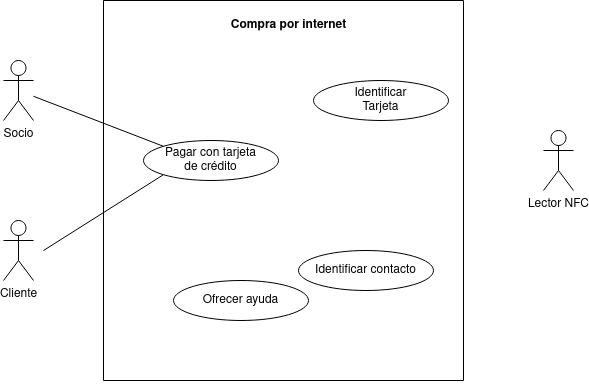
Above: diagramas/compra-por-internet.png in Chugani05/entorno_de_desarrollo (draw.io), before the change. Source tidied: cells renumbered, new cells last; positions are measured from the earlier drawing's top-left corner, leaving out a move shared by most shapes.
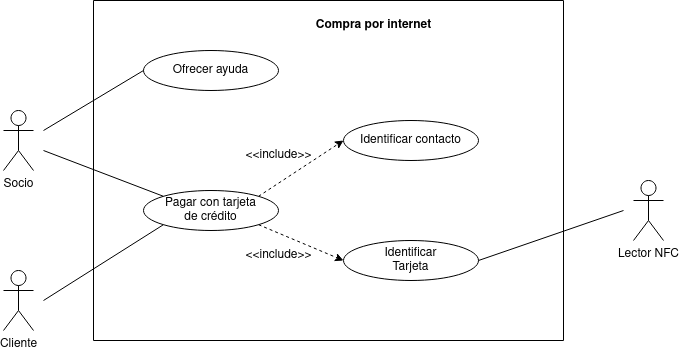
Above is the later version.

The edit, as a diff of the source:
```diff
@@ -2,43 +2,70 @@
   <root>
     <mxCell id="0" />
     <mxCell id="1" parent="0" />
+    <mxCell id="4" style="swimlane;startSize=0;" parent="1" vertex="1">
+      <mxGeometry x="100" width="470" height="340" as="geometry" />
+    </mxCell>
+    <mxCell id="6" value="&lt;b&gt;Compra por internet&lt;br&gt;&lt;/b&gt;" style="text;html=1;align=center;verticalAlign=middle;strokeColor=none;fillColor=none;" parent="4" vertex="1">
+      <mxGeometry x="210" y="10" width="140" height="30" as="geometry" />
+    </mxCell>
+    <mxCell id="9" value="Ofrecer ayuda" style="ellipse;whiteSpace=wrap;html=1;" parent="4" vertex="1">
+      <mxGeometry x="50" y="50" width="135" height="40" as="geometry" />
+    </mxCell>
-    <mxCell id="2" value="Socio" style="shape=umlActor;verticalLabelPosition=bottom;verticalAlign=top;html=1;outlineConnect=0;fontStyle=0;" parent="1" vertex="1">
-      <mxGeometry y="60" width="30" height="60" as="geometry" />
+    <mxCell id="2" value="Socio" style="shape=umlActor;verticalLabelPosition=bottom;verticalAlign=top;html=1;outlineConnect=0;fontStyle=0;" parent="4" vertex="1">
+      <mxGeometry x="-90" y="110" width="30" height="60" as="geometry" />
     </mxCell>
-    <mxCell id="3" value="Lector NFC" style="shape=umlActor;verticalLabelPosition=bottom;verticalAlign=top;html=1;" parent="1" vertex="1">
-      <mxGeometry x="540" y="130" width="30" height="60" as="geometry" />
+    <mxCell id="3" value="Lector NFC" style="shape=umlActor;verticalLabelPosition=bottom;verticalAlign=top;html=1;" parent="4" vertex="1">
+      <mxGeometry x="540" y="180" width="30" height="60" as="geometry" />
     </mxCell>
-    <mxCell id="4" style="swimlane;startSize=0;" parent="1" vertex="1">
-      <mxGeometry x="100" width="360" height="380" as="geometry" />
-    </mxCell>
     <mxCell id="5" value="&lt;div&gt;Pagar con tarjeta&lt;/div&gt;&lt;div&gt;de crédito&lt;/div&gt;" style="ellipse;whiteSpace=wrap;html=1;" parent="4" vertex="1">
-      <mxGeometry x="40" y="140" width="135" height="40" as="geometry" />
+      <mxGeometry x="50" y="190" width="135" height="40" as="geometry" />
     </mxCell>
-    <mxCell id="6" value="&lt;b&gt;Compra por internet&lt;br&gt;&lt;/b&gt;" style="text;html=1;align=center;verticalAlign=middle;strokeColor=none;fillColor=none;" parent="4" vertex="1">
-      <mxGeometry x="115" y="10" width="140" height="30" as="geometry" />
-    </mxCell>
+    <mxCell id="8" value="Identificar contacto" style="ellipse;whiteSpace=wrap;html=1;" parent="4" vertex="1">
+      <mxGeometry x="250" y="120" width="135" height="40" as="geometry" />
+    </mxCell>
     <mxCell id="7" value="Identificar&lt;br&gt;Tarjeta" style="ellipse;whiteSpace=wrap;html=1;" parent="4" vertex="1">
-      <mxGeometry x="210" y="80" width="135" height="40" as="geometry" />
+      <mxGeometry x="250" y="240" width="135" height="40" as="geometry" />
     </mxCell>
-    <mxCell id="8" value="Identificar contacto" style="ellipse;whiteSpace=wrap;html=1;" parent="4" vertex="1">
-      <mxGeometry x="195" y="250" width="135" height="40" as="geometry" />
-    </mxCell>
-    <mxCell id="9" value="Ofrecer ayuda" style="ellipse;whiteSpace=wrap;html=1;" parent="4" vertex="1">
-      <mxGeometry x="70" y="280" width="135" height="40" as="geometry" />
-    </mxCell>
-    <mxCell id="10" style="edgeStyle=orthogonalEdgeStyle;rounded=0;orthogonalLoop=1;jettySize=auto;html=1;exitX=0.5;exitY=1;exitDx=0;exitDy=0;" parent="1" edge="1" source="4" target="4">
-      <mxGeometry relative="1" as="geometry" />
-    </mxCell>
+    <mxCell id="14" style="endArrow=classic;html=1;rounded=0;entryX=0;entryY=0.5;entryDx=0;entryDy=0;exitX=1;exitY=0;exitDx=0;exitDy=0;dashed=1;" parent="4" edge="1" source="5" target="8">
+      <mxGeometry relative="1" as="geometry" />
+    </mxCell>
+    <mxCell id="15" style="endArrow=classic;html=1;rounded=0;entryX=0;entryY=0.5;entryDx=0;entryDy=0;exitX=1;exitY=1;exitDx=0;exitDy=0;dashed=1;" parent="4" edge="1" source="5" target="7">
+      <mxGeometry relative="1" as="geometry" />
+    </mxCell>
-    <mxCell id="11" value="Cliente" style="shape=umlActor;verticalLabelPosition=bottom;verticalAlign=top;html=1;fontStyle=0;" parent="1" vertex="1">
-      <mxGeometry y="220" width="30" height="60" as="geometry" />
+    <mxCell id="11" value="Cliente" style="shape=umlActor;verticalLabelPosition=bottom;verticalAlign=top;html=1;fontStyle=0;" parent="4" vertex="1">
+      <mxGeometry x="-90" y="270" width="30" height="60" as="geometry" />
     </mxCell>
-    <mxCell id="12" style="endArrow=none;html=1;rounded=0;entryX=0;entryY=1;entryDx=0;entryDy=0;" parent="1" edge="1" target="5">
+    <mxCell id="12" style="endArrow=none;html=1;rounded=0;entryX=0;entryY=1;entryDx=0;entryDy=0;" parent="4" edge="1" target="5">
       <mxGeometry relative="1" as="geometry">
-        <mxPoint x="40" y="250" as="sourcePoint" />
+        <mxPoint x="-50" y="300" as="sourcePoint" />
       </mxGeometry>
     </mxCell>
-    <mxCell id="13" style="endArrow=none;html=1;rounded=0;entryX=0;entryY=0;entryDx=0;entryDy=0;" parent="1" edge="1" source="2" target="5">
-      <mxGeometry relative="1" as="geometry" />
+    <mxCell id="13" style="endArrow=none;html=1;rounded=0;entryX=0;entryY=0;entryDx=0;entryDy=0;" parent="4" edge="1" target="5">
+      <mxGeometry relative="1" as="geometry">
+        <mxPoint x="-50" y="150" as="sourcePoint" />
+      </mxGeometry>
     </mxCell>
+    <mxCell id="16" style="endArrow=none;html=1;rounded=0;exitX=1;exitY=0.5;exitDx=0;exitDy=0;" parent="4" edge="1" source="7">
+      <mxGeometry relative="1" as="geometry">
+        <mxPoint x="530" y="210" as="targetPoint" />
+      </mxGeometry>
+    </mxCell>
+    <mxCell id="10" style="edgeStyle=orthogonalEdgeStyle;rounded=0;orthogonalLoop=1;jettySize=auto;html=1;exitX=0.5;exitY=1;exitDx=0;exitDy=0;" parent="4" edge="1">
+      <mxGeometry relative="1" as="geometry">
+        <mxPoint x="245" y="310" as="sourcePoint" />
+        <mxPoint x="245" y="310" as="targetPoint" />
+      </mxGeometry>
+    </mxCell>
+    <mxCell id="17" style="endArrow=none;html=1;rounded=0;entryX=0;entryY=0.5;entryDx=0;entryDy=0;" parent="4" edge="1" target="9">
+      <mxGeometry relative="1" as="geometry">
+        <mxPoint x="-50" y="130" as="sourcePoint" />
+      </mxGeometry>
+    </mxCell>
+    <mxCell id="18" value="&amp;lt;&amp;lt;include&amp;gt;&amp;gt;" style="text;html=1;align=center;verticalAlign=middle;strokeColor=none;fillColor=none;" parent="4" vertex="1">
+      <mxGeometry x="140" y="240" width="90" height="30" as="geometry" />
+    </mxCell>
+    <mxCell id="19" value="&amp;lt;&amp;lt;include&amp;gt;&amp;gt;" style="text;html=1;align=center;verticalAlign=middle;strokeColor=none;fillColor=none;" parent="4" vertex="1">
+      <mxGeometry x="140" y="140" width="90" height="30" as="geometry" />
+    </mxCell>
   </root>
 </mxGraphModel>
```
